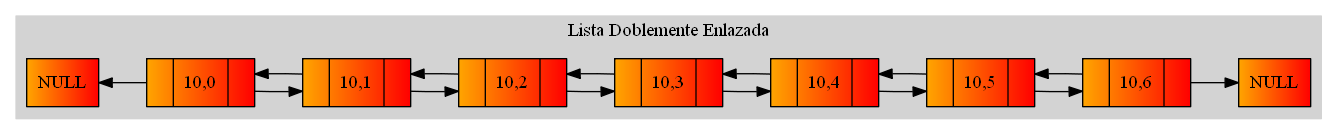
Tiago-130414/EDD_1S2019_P1_201313722 keeps this Graphviz diagram as graficaLD.png. Above is the earlier version. Its source is kept beside it as graficaLD.dot.
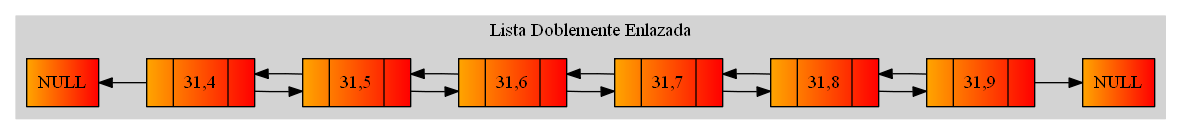
The same diagram one commit later.

What changed in the source:
```diff
@@ -1,32 +1,30 @@
 digraph{
 rankdir=LR;
+labelloc="t";
 subgraph cluster_0{
 style=filled;
 color = lightgrey;
 node[shape=record];
 NodoPN[label="NULL"style = filled, fillcolor = "orange:red"];
-Nodo10C0[label="{ |10,0| }"style = filled, fillcolor = "orange:red"];
-Nodo10C1[label="{ |10,1| }"style = filled, fillcolor = "orange:red"];
-Nodo10C2[label="{ |10,2| }"style = filled, fillcolor = "orange:red"];
-Nodo10C3[label="{ |10,3| }"style = filled, fillcolor = "orange:red"];
-Nodo10C4[label="{ |10,4| }"style = filled, fillcolor = "orange:red"];
-Nodo10C5[label="{ |10,5| }"style = filled, fillcolor = "orange:red"];
-Nodo10C6[label="{ |10,6| }"style = filled, fillcolor = "orange:red"];
+Nodo31C4[label="{ |31,4| }"style = filled, fillcolor = "orange:red"];
+Nodo31C5[label="{ |31,5| }"style = filled, fillcolor = "orange:red"];
+Nodo31C6[label="{ |31,6| }"style = filled, fillcolor = "orange:red"];
+Nodo31C7[label="{ |31,7| }"style = filled, fillcolor = "orange:red"];
+Nodo31C8[label="{ |31,8| }"style = filled, fillcolor = "orange:red"];
+Nodo31C9[label="{ |31,9| }"style = filled, fillcolor = "orange:red"];
 NodoUN[label="NULL"style = filled, fillcolor = "orange:red"];
-NodoPN->Nodo10C0[dir=back];
-Nodo10C0->Nodo10C1;
-Nodo10C1->Nodo10C0;
-Nodo10C1->Nodo10C2;
-Nodo10C2->Nodo10C1;
-Nodo10C2->Nodo10C3;
-Nodo10C3->Nodo10C2;
-Nodo10C3->Nodo10C4;
-Nodo10C4->Nodo10C3;
-Nodo10C4->Nodo10C5;
-Nodo10C5->Nodo10C4;
-Nodo10C5->Nodo10C6;
-Nodo10C6->Nodo10C5;
-Nodo10C6->NodoUN;
+NodoPN->Nodo31C4[dir=back];
+Nodo31C4->Nodo31C5;
+Nodo31C5->Nodo31C4;
+Nodo31C5->Nodo31C6;
+Nodo31C6->Nodo31C5;
+Nodo31C6->Nodo31C7;
+Nodo31C7->Nodo31C6;
+Nodo31C7->Nodo31C8;
+Nodo31C8->Nodo31C7;
+Nodo31C8->Nodo31C9;
+Nodo31C9->Nodo31C8;
+Nodo31C9->NodoUN;
 label = "Lista Doblemente Enlazada";
 }
 }
```
